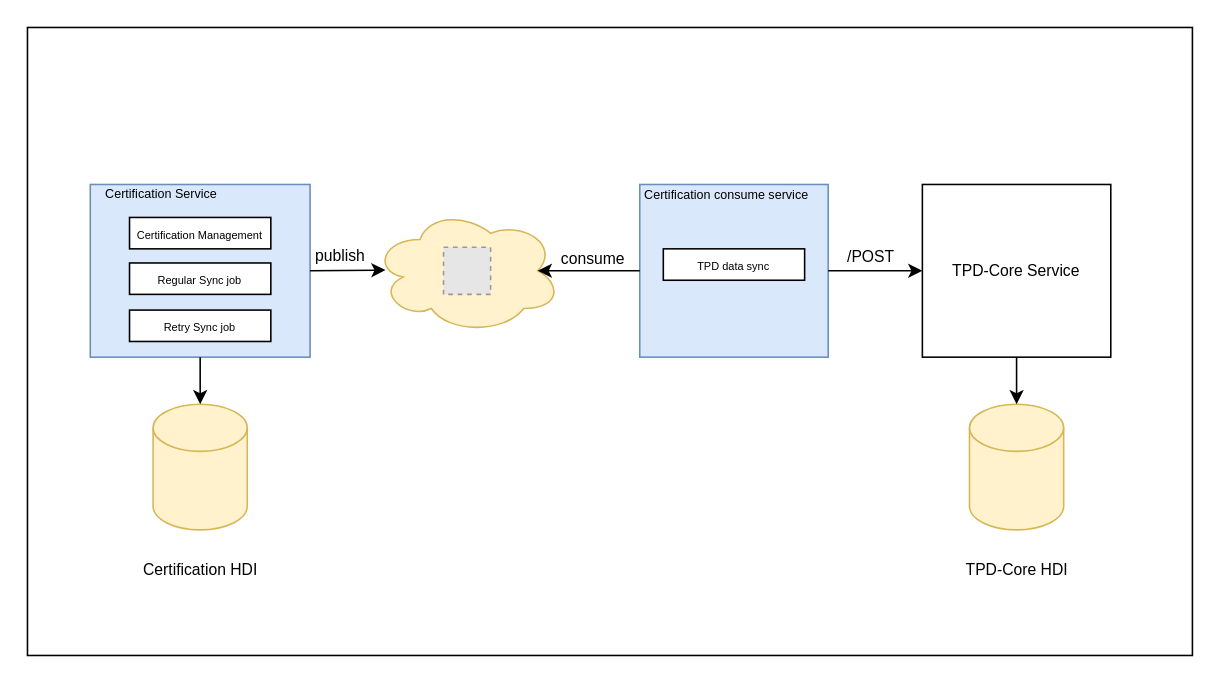
huangshijie/Drawio keeps this draw.io diagram as page "Page-34" (34 of 34) of certificationService.er.drawio. Above is the earlier version. Source tidied: cells renumbered, new cells numbered last; positions are measured from the earlier drawing's top-left corner, leaving out a move shared by most shapes. Both pictures are drawn from the tidied source at 157%, with x=0, y=0 at pixel (27, 27). Pictures stored in the file or linked from it are replaced by grey dashed boxes.
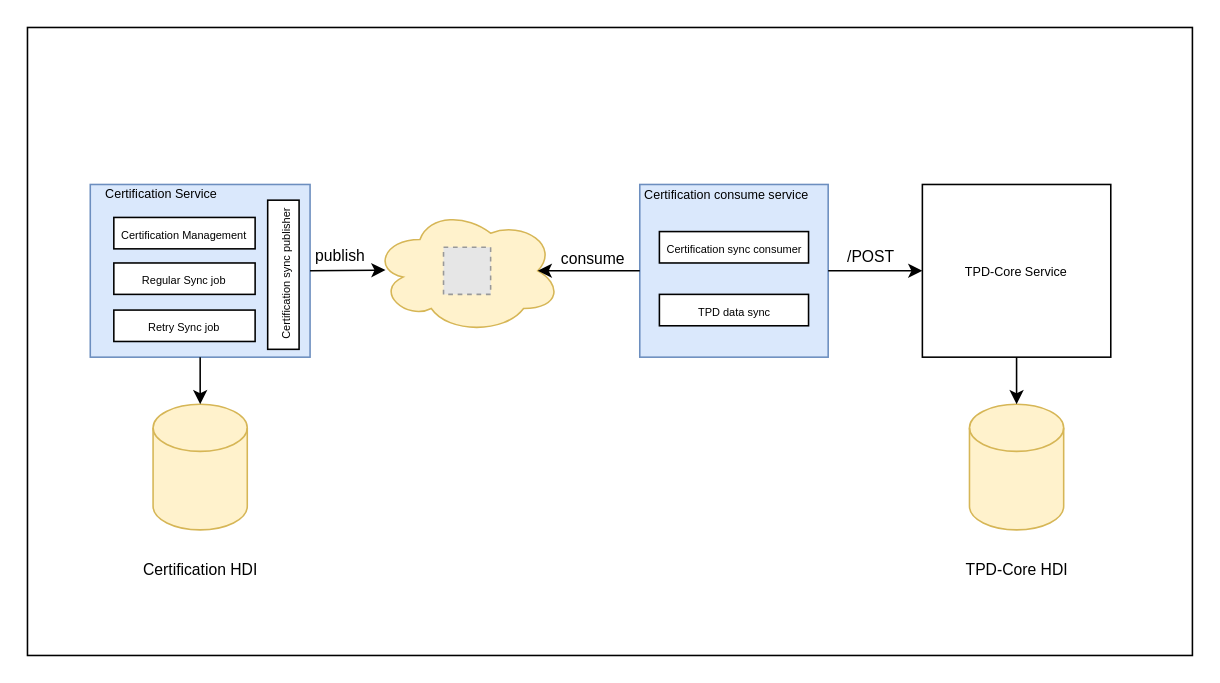
Above is the later version.

What changed in the source:
```diff
@@
     <mxCell id="5" style="group;" parent="1" vertex="1">
-      <mxGeometry x="55" y="240" width="135" height="120" as="geometry" />
+      <mxGeometry x="55" y="240" width="195" height="120" as="geometry" />
     </mxCell>
@@
-    <mxCell id="11" value="&lt;font style=&quot;font-size: 10px;&quot;&gt;TPD-Core Service&lt;/font&gt;" style="rounded=0;whiteSpace=wrap;html=1;" parent="1" vertex="1">
+    <mxCell id="11" value="&lt;font style=&quot;font-size: 8px;&quot;&gt;TPD-Core Service&lt;/font&gt;" style="rounded=0;whiteSpace=wrap;html=1;" parent="1" vertex="1">
       <mxGeometry x="570" y="100" width="120" height="110" as="geometry" />
     </mxCell>
@@
     <mxCell id="24" value="&lt;font style=&quot;font-size: 7px;&quot;&gt;Certification Management&lt;/font&gt;" style="rounded=0;whiteSpace=wrap;html=1;" parent="1" vertex="1">
-      <mxGeometry x="65" y="121" width="90" height="20" as="geometry" />
+      <mxGeometry x="55" y="121" width="90" height="20" as="geometry" />
     </mxCell>
     <mxCell id="25" value="&lt;font style=&quot;font-size: 7px;&quot;&gt;Regular Sync job&lt;/font&gt;" style="rounded=0;whiteSpace=wrap;html=1;" parent="1" vertex="1">
-      <mxGeometry x="65" y="150" width="90" height="20" as="geometry" />
+      <mxGeometry x="55" y="150" width="90" height="20" as="geometry" />
     </mxCell>
     <mxCell id="26" value="&lt;font style=&quot;font-size: 7px;&quot;&gt;TPD data sync&lt;/font&gt;" style="rounded=0;whiteSpace=wrap;html=1;" parent="1" vertex="1">
-      <mxGeometry x="405" y="141" width="90" height="20" as="geometry" />
+      <mxGeometry x="402.5" y="170" width="95" height="20" as="geometry" />
     </mxCell>
     <mxCell id="27" value="&lt;font style=&quot;font-size: 7px;&quot;&gt;Retry Sync job&lt;/font&gt;" style="rounded=0;whiteSpace=wrap;html=1;" parent="1" vertex="1">
-      <mxGeometry x="65" y="180" width="90" height="20" as="geometry" />
+      <mxGeometry x="55" y="180" width="90" height="20" as="geometry" />
     </mxCell>
+    <mxCell id="28" value="&lt;font style=&quot;font-size: 7px;&quot;&gt;Certification sync consumer&lt;/font&gt;" style="rounded=0;whiteSpace=wrap;html=1;" parent="1" vertex="1">
+      <mxGeometry x="402.5" y="130" width="95" height="20" as="geometry" />
+    </mxCell>
+    <mxCell id="29" value="&lt;font style=&quot;font-size: 7px;&quot;&gt;Certification sync publisher&lt;/font&gt;" style="rounded=0;whiteSpace=wrap;html=1;rotation=-90;" parent="1" vertex="1">
+      <mxGeometry x="115.5" y="147.5" width="95" height="20" as="geometry" />
+    </mxCell>
```
